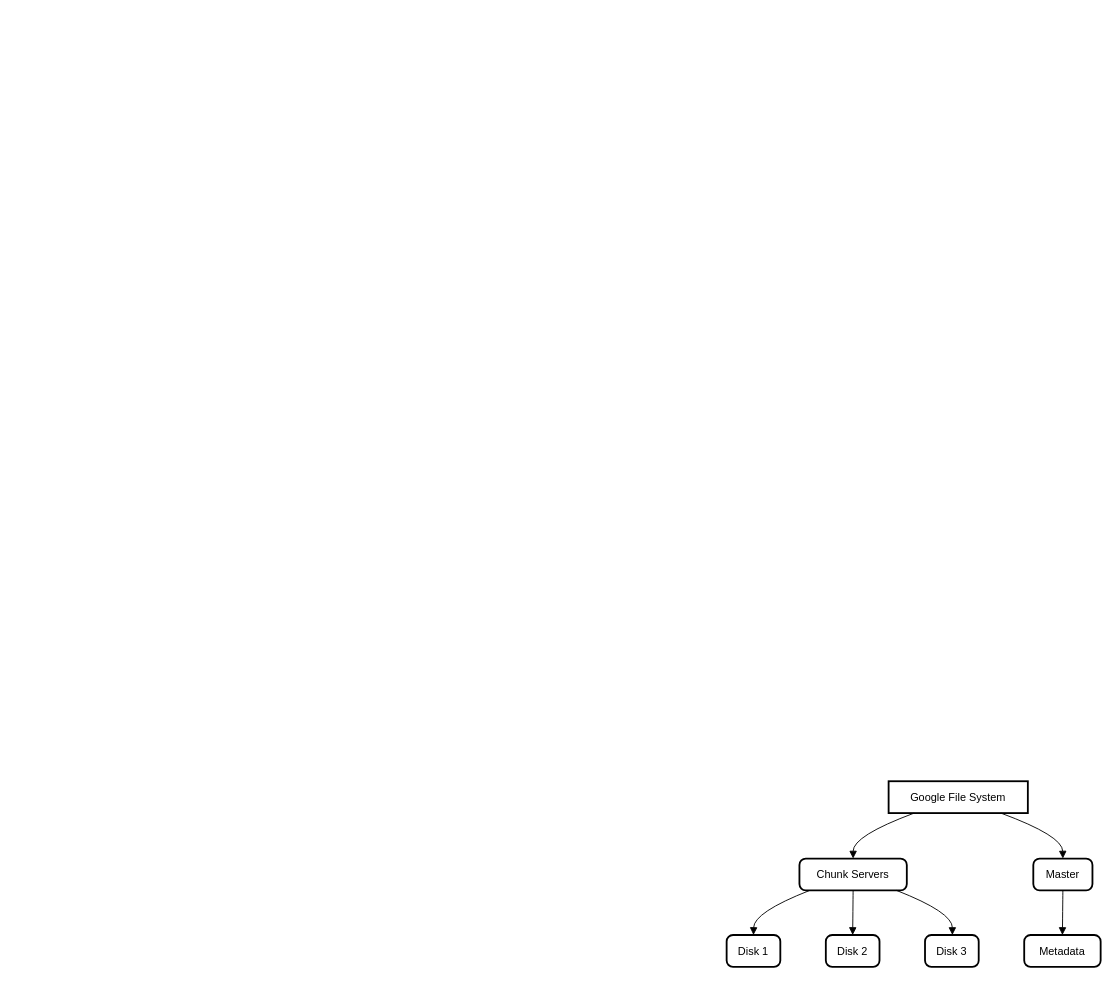
Above: System Design/Detailed Examples/Google File System.drawio in FilledVaccum/MindMaps (draw.io), before the change. Source tidied: cells renumbered, new cells numbered last; positions are measured from the earlier drawing's top-left corner, leaving out a move shared by most shapes. Both pictures are drawn from the tidied source at 91%, with x=0, y=0 at pixel (726, 781).
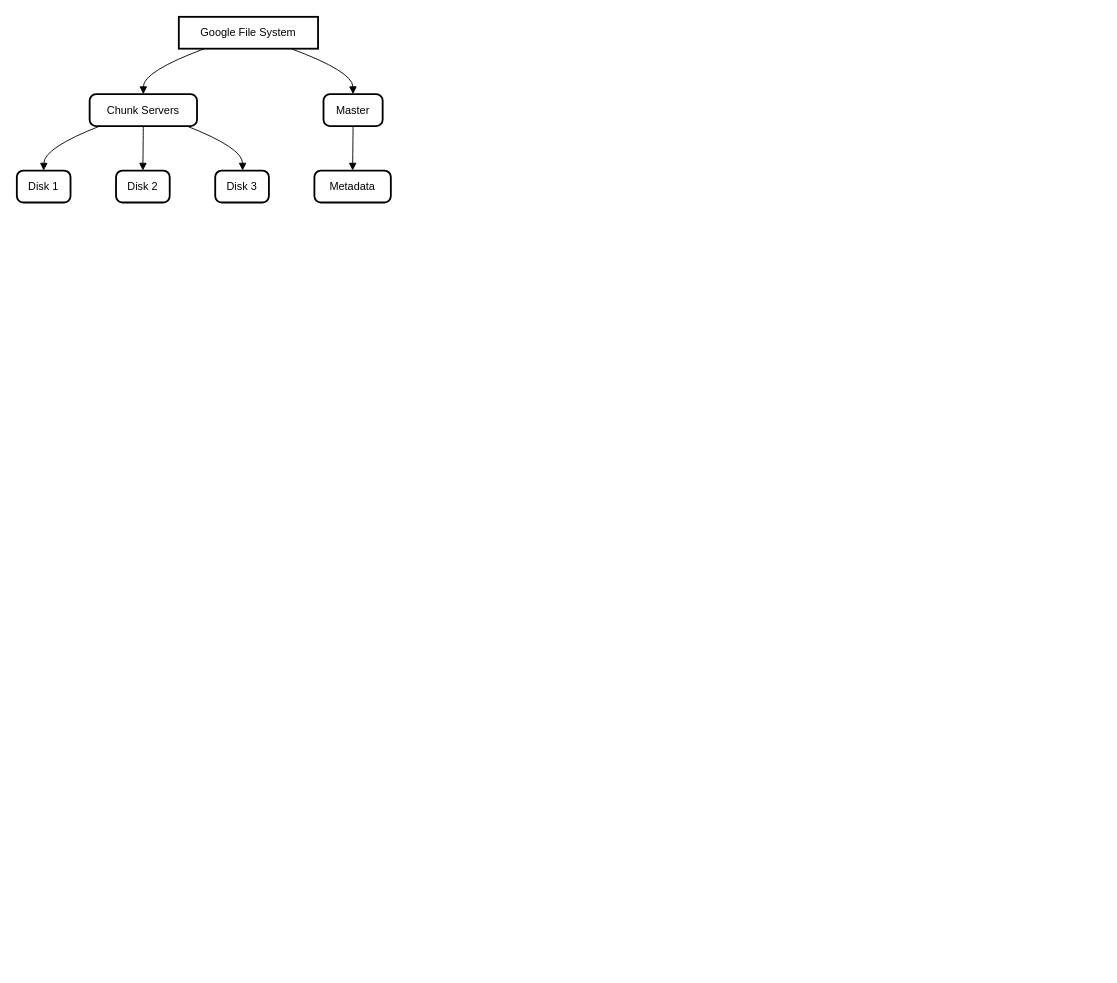
The same page after the edit.

Diff of the diagram source:
```diff
@@
+    <mxCell id="15" style="group;" parent="1" vertex="1">
+      <mxGeometry x="-780" y="-840" width="411" height="204" as="geometry" />
+    </mxCell>
-    <mxCell id="2" value="Google File System" style="whiteSpace=wrap;strokeWidth=2;" parent="1" vertex="1">
+    <mxCell id="2" value="Google File System" style="whiteSpace=wrap;strokeWidth=2;" parent="15" vertex="1">
       <mxGeometry x="178" width="153" height="35" as="geometry" />
     </mxCell>
-    <mxCell id="3" value="Chunk Servers" style="rounded=1;absoluteArcSize=1;arcSize=14;whiteSpace=wrap;strokeWidth=2;" parent="1" vertex="1">
+    <mxCell id="3" value="Chunk Servers" style="rounded=1;absoluteArcSize=1;arcSize=14;whiteSpace=wrap;strokeWidth=2;" parent="15" vertex="1">
       <mxGeometry x="80" y="85" width="118" height="35" as="geometry" />
     </mxCell>
-    <mxCell id="4" value="Master" style="rounded=1;absoluteArcSize=1;arcSize=14;whiteSpace=wrap;strokeWidth=2;" parent="1" vertex="1">
+    <mxCell id="4" value="Master" style="rounded=1;absoluteArcSize=1;arcSize=14;whiteSpace=wrap;strokeWidth=2;" parent="15" vertex="1">
       <mxGeometry x="337" y="85" width="65" height="35" as="geometry" />
     </mxCell>
-    <mxCell id="5" value="Disk 1" style="rounded=1;absoluteArcSize=1;arcSize=14;whiteSpace=wrap;strokeWidth=2;" parent="1" vertex="1">
+    <mxCell id="5" value="Disk 1" style="rounded=1;absoluteArcSize=1;arcSize=14;whiteSpace=wrap;strokeWidth=2;" parent="15" vertex="1">
       <mxGeometry y="169" width="59" height="35" as="geometry" />
     </mxCell>
-    <mxCell id="6" value="Disk 2" style="rounded=1;absoluteArcSize=1;arcSize=14;whiteSpace=wrap;strokeWidth=2;" parent="1" vertex="1">
+    <mxCell id="6" value="Disk 2" style="rounded=1;absoluteArcSize=1;arcSize=14;whiteSpace=wrap;strokeWidth=2;" parent="15" vertex="1">
       <mxGeometry x="109" y="169" width="59" height="35" as="geometry" />
     </mxCell>
-    <mxCell id="7" value="Disk 3" style="rounded=1;absoluteArcSize=1;arcSize=14;whiteSpace=wrap;strokeWidth=2;" parent="1" vertex="1">
+    <mxCell id="7" value="Disk 3" style="rounded=1;absoluteArcSize=1;arcSize=14;whiteSpace=wrap;strokeWidth=2;" parent="15" vertex="1">
       <mxGeometry x="218" y="169" width="59" height="35" as="geometry" />
     </mxCell>
-    <mxCell id="8" value="Metadata" style="rounded=1;absoluteArcSize=1;arcSize=14;whiteSpace=wrap;strokeWidth=2;" parent="1" vertex="1">
+    <mxCell id="8" value="Metadata" style="rounded=1;absoluteArcSize=1;arcSize=14;whiteSpace=wrap;strokeWidth=2;" parent="15" vertex="1">
       <mxGeometry x="327" y="169" width="84" height="35" as="geometry" />
     </mxCell>
-    <mxCell id="9" style="curved=1;startArrow=none;endArrow=block;exitX=0.19;exitY=0.99;entryX=0.5;entryY=-0.01;" parent="1" edge="1" source="2" target="3">
+    <mxCell id="9" style="curved=1;startArrow=none;endArrow=block;exitX=0.19;exitY=0.99;entryX=0.5;entryY=-0.01;" parent="15" edge="1" source="2" target="3">
       <mxGeometry relative="1" as="geometry">
         <Array as="points">
           <mxPoint x="139" y="60" />
         </Array>
       </mxGeometry>
     </mxCell>
-    <mxCell id="10" style="curved=1;startArrow=none;endArrow=block;exitX=0.8;exitY=0.99;entryX=0.5;entryY=-0.01;" parent="1" edge="1" source="2" target="4">
+    <mxCell id="10" style="curved=1;startArrow=none;endArrow=block;exitX=0.8;exitY=0.99;entryX=0.5;entryY=-0.01;" parent="15" edge="1" source="2" target="4">
       <mxGeometry relative="1" as="geometry">
         <Array as="points">
           <mxPoint x="369" y="60" />
         </Array>
       </mxGeometry>
     </mxCell>
-    <mxCell id="11" style="curved=1;startArrow=none;endArrow=block;exitX=0.12;exitY=0.97;entryX=0.5;entryY=0;" parent="1" edge="1" source="3" target="5">
+    <mxCell id="11" style="curved=1;startArrow=none;endArrow=block;exitX=0.12;exitY=0.97;entryX=0.5;entryY=0;" parent="15" edge="1" source="3" target="5">
       <mxGeometry relative="1" as="geometry">
         <Array as="points">
           <mxPoint x="30" y="144" />
         </Array>
       </mxGeometry>
     </mxCell>
-    <mxCell id="12" style="curved=1;startArrow=none;endArrow=block;exitX=0.5;exitY=0.97;entryX=0.5;entryY=0;" parent="1" edge="1" source="3" target="6">
+    <mxCell id="12" style="curved=1;startArrow=none;endArrow=block;exitX=0.5;exitY=0.97;entryX=0.5;entryY=0;" parent="15" edge="1" source="3" target="6">
       <mxGeometry relative="1" as="geometry" />
     </mxCell>
-    <mxCell id="13" style="curved=1;startArrow=none;endArrow=block;exitX=0.88;exitY=0.97;entryX=0.51;entryY=0;" parent="1" edge="1" source="3" target="7">
+    <mxCell id="13" style="curved=1;startArrow=none;endArrow=block;exitX=0.88;exitY=0.97;entryX=0.51;entryY=0;" parent="15" edge="1" source="3" target="7">
       <mxGeometry relative="1" as="geometry">
         <Array as="points">
           <mxPoint x="248" y="144" />
         </Array>
       </mxGeometry>
     </mxCell>
-    <mxCell id="14" style="curved=1;startArrow=none;endArrow=block;exitX=0.5;exitY=0.97;entryX=0.5;entryY=0;" parent="1" edge="1" source="4" target="8">
+    <mxCell id="14" style="curved=1;startArrow=none;endArrow=block;exitX=0.5;exitY=0.97;entryX=0.5;entryY=0;" parent="15" edge="1" source="4" target="8">
       <mxGeometry relative="1" as="geometry" />
     </mxCell>
```
